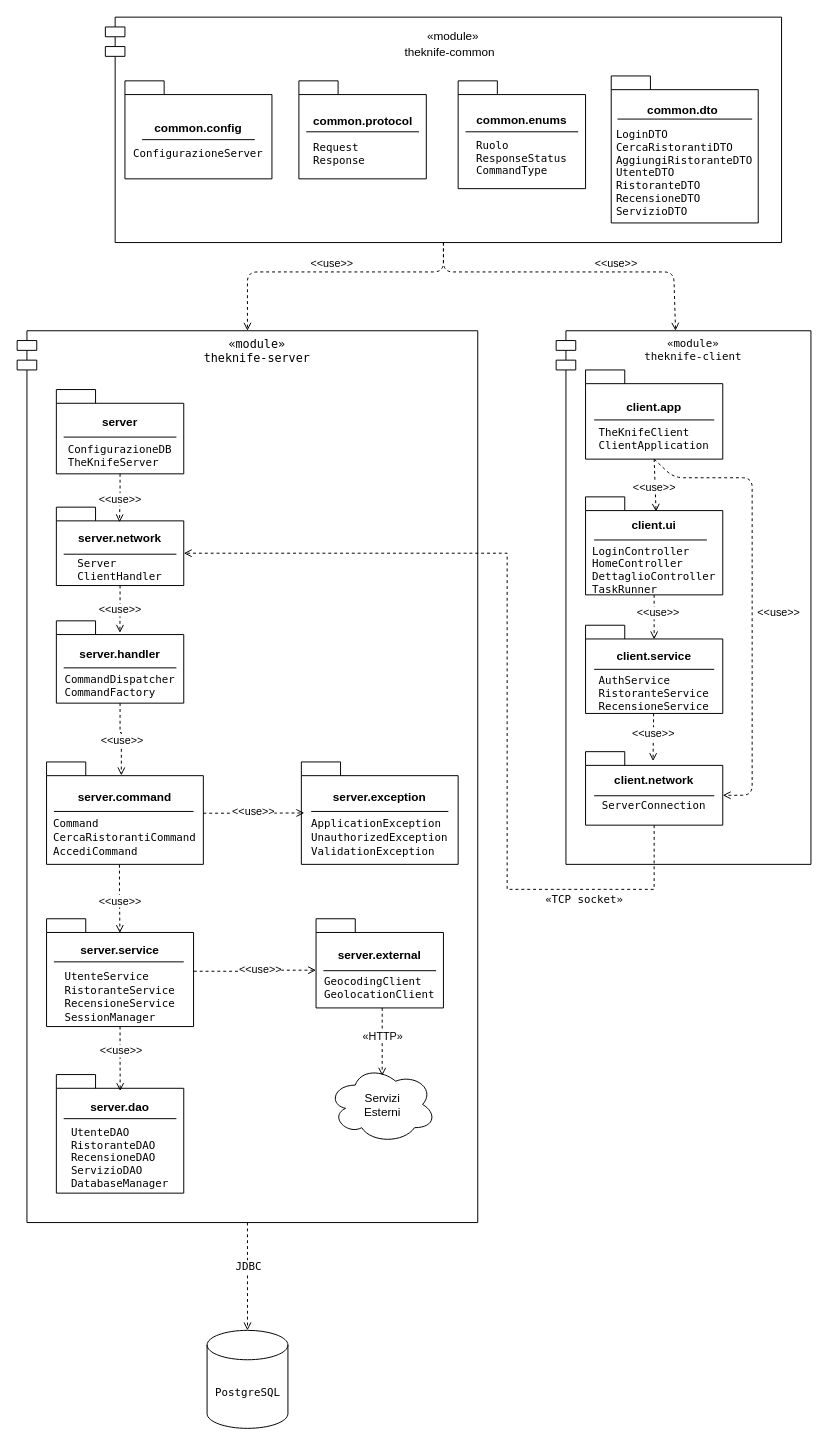
Earlier version of the draw.io diagram Progettazione/1_Doc. Conclusi/Diagrammi/PackageDiagram.drawio (FloshDev/TheKnife-B). Source tidied: cells renumbered, new cells numbered last; positions are measured from the earlier drawing's top-left corner, leaving out a move shared by most shapes. Both pictures are drawn from the tidied source at 98%, with x=0, y=0 at pixel (17, 17).
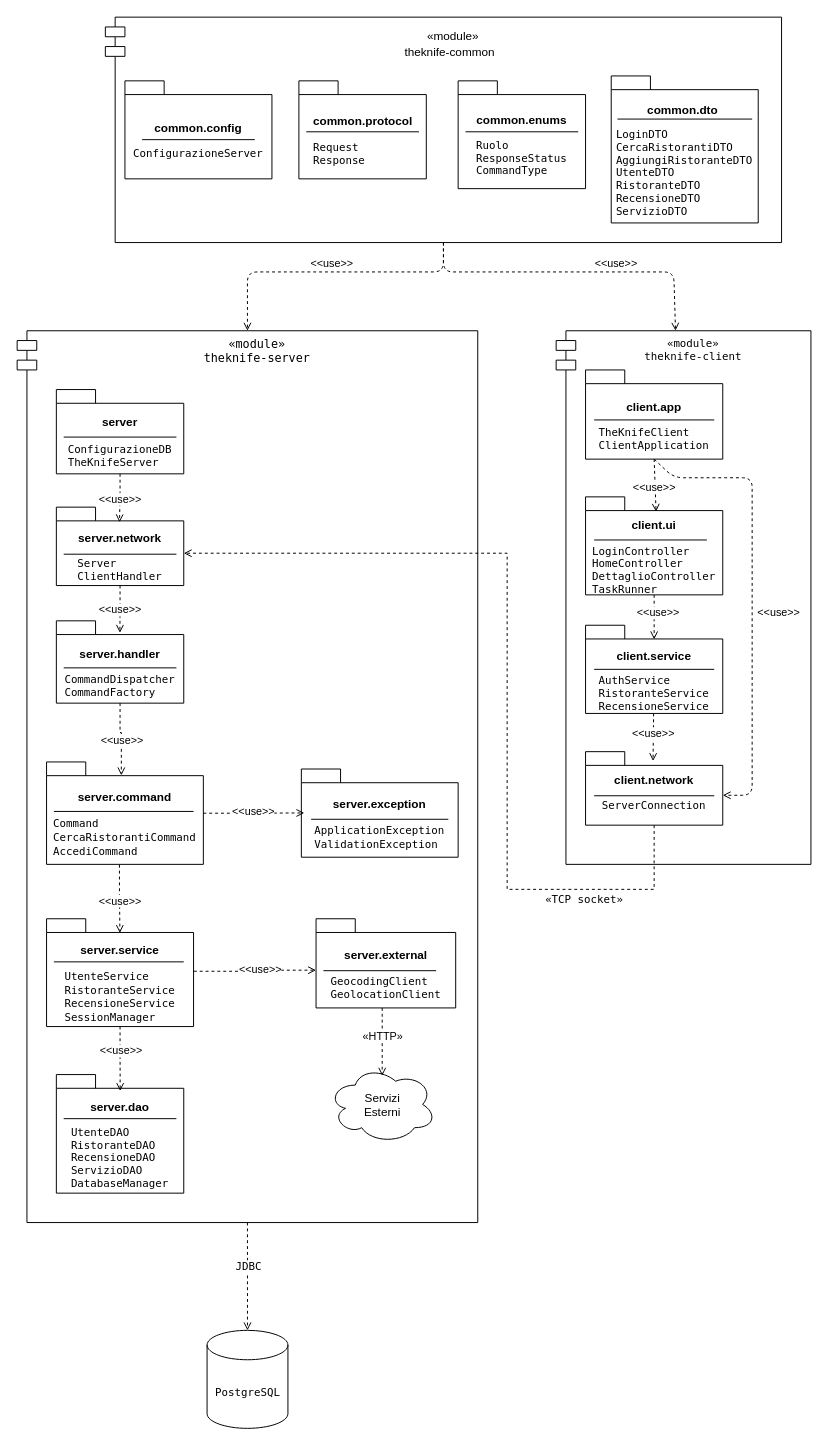
Above is the later version.

Commit message:
Allineamento PackageDiagram

What changed in the source:
```diff
@@
-    <mxCell id="39" value="&lt;p&gt;server.exception&lt;/p&gt;&lt;p class=&quot;p1&quot; style=&quot;margin: 0px; font-variant-numeric: normal; font-variant-east-asian: normal; font-variant-alternates: normal; font-size-adjust: none; font-language-override: normal; font-kerning: auto; font-optical-sizing: auto; font-feature-settings: normal; font-variation-settings: normal; font-variant-position: normal; font-variant-emoji: normal; font-stretch: normal; line-height: normal; text-align: start;&quot;&gt;&lt;font face=&quot;Menlo&quot;&gt;&lt;span style=&quot;font-size: 11px; font-variant-ligatures: no-common-ligatures; font-weight: 400;&quot;&gt;ApplicationException&lt;/span&gt;&lt;/font&gt;&lt;/p&gt;&lt;p class=&quot;p1&quot; style=&quot;margin: 0px; font-variant-numeric: normal; font-variant-east-asian: normal; font-variant-alternates: normal; font-size-adjust: none; font-language-override: normal; font-kerning: auto; font-optical-sizing: auto; font-feature-settings: normal; font-variation-settings: normal; font-variant-position: normal; font-variant-emoji: normal; font-stretch: normal; line-height: normal; text-align: start;&quot;&gt;&lt;font face=&quot;Menlo&quot;&gt;&lt;span style=&quot;font-size: 11px; font-variant-ligatures: no-common-ligatures; font-weight: 400;&quot;&gt;UnauthorizedException&lt;/span&gt;&lt;/font&gt;&lt;/p&gt;&lt;p class=&quot;p1&quot; style=&quot;margin: 0px; font-variant-numeric: normal; font-variant-east-asian: normal; font-variant-alternates: normal; font-size-adjust: none; font-language-override: normal; font-kerning: auto; font-optical-sizing: auto; font-feature-settings: normal; font-variation-settings: normal; font-variant-position: normal; font-variant-emoji: normal; font-stretch: normal; line-height: normal; text-align: start;&quot;&gt;&lt;font face=&quot;Menlo&quot;&gt;&lt;span style=&quot;font-size: 11px; font-variant-ligatures: no-common-ligatures; font-weight: 400;&quot;&gt;ValidationException&lt;/span&gt;&lt;/font&gt;&lt;/p&gt;" style="shape=folder;fontStyle=1;spacingTop=10;tabWidth=40;tabHeight=14;tabPosition=left;html=1;whiteSpace=wrap;" parent="1" vertex="1">
-      <mxGeometry x="290" y="760" width="160" height="104.5" as="geometry" />
+    <mxCell id="39" value="&lt;p&gt;server.exception&lt;/p&gt;&lt;p class=&quot;p1&quot; style=&quot;margin: 0px; font-variant-numeric: normal; font-variant-east-asian: normal; font-variant-alternates: normal; font-size-adjust: none; font-language-override: normal; font-kerning: auto; font-optical-sizing: auto; font-feature-settings: normal; font-variation-settings: normal; font-variant-position: normal; font-variant-emoji: normal; font-stretch: normal; line-height: normal; text-align: start;&quot;&gt;&lt;font face=&quot;Menlo&quot;&gt;&lt;span style=&quot;font-size: 11px; font-variant-ligatures: no-common-ligatures; font-weight: 400;&quot;&gt;ApplicationException&lt;/span&gt;&lt;/font&gt;&lt;/p&gt;&lt;p class=&quot;p1&quot; style=&quot;margin: 0px; font-variant-numeric: normal; font-variant-east-asian: normal; font-variant-alternates: normal; font-size-adjust: none; font-language-override: normal; font-kerning: auto; font-optical-sizing: auto; font-feature-settings: normal; font-variation-settings: normal; font-variant-position: normal; font-variant-emoji: normal; font-stretch: normal; line-height: normal; text-align: start;&quot;&gt;&lt;font face=&quot;Menlo&quot;&gt;&lt;span style=&quot;font-size: 11px; font-variant-ligatures: no-common-ligatures; font-weight: 400;&quot;&gt;ValidationException&lt;/span&gt;&lt;/font&gt;&lt;/p&gt;" style="shape=folder;fontStyle=1;spacingTop=10;tabWidth=40;tabHeight=14;tabPosition=left;html=1;whiteSpace=wrap;" parent="1" vertex="1">
+      <mxGeometry x="290" y="767.2" width="160" height="90" as="geometry" />
     </mxCell>
@@
     <mxCell id="42" style="line;strokeWidth=1;fillColor=none;align=left;verticalAlign=middle;spacingTop=-1;spacingLeft=3;spacingRight=3;labelPosition=right;strokeColor=inherit;" parent="1" vertex="1">
-      <mxGeometry x="300" y="806.5" width="140" height="8" as="geometry" />
+      <mxGeometry x="300" y="814.5" width="140" height="8" as="geometry" />
     </mxCell>
@@
     <mxCell id="58" value="&lt;p&gt;server.external&lt;/p&gt;&lt;p class=&quot;p1&quot; style=&quot;margin: 0px; font: 400 11px Menlo; text-align: start;&quot;&gt;&lt;span class=&quot;s1&quot; style=&quot;font-variant-ligatures: no-common-ligatures;&quot;&gt;GeocodingClient&lt;/span&gt;&lt;/p&gt;&lt;p class=&quot;p1&quot; style=&quot;margin: 0px; font: 400 11px Menlo; text-align: start;&quot;&gt;&lt;span class=&quot;s1&quot; style=&quot;font-variant-ligatures: no-common-ligatures;&quot;&gt;GeolocationClient&lt;/span&gt;&lt;/p&gt;" style="shape=folder;fontStyle=1;spacingTop=10;tabWidth=40;tabHeight=14;tabPosition=left;html=1;whiteSpace=wrap;" parent="1" vertex="1">
-      <mxGeometry x="305" y="920" width="130" height="91" as="geometry" />
+      <mxGeometry x="305" y="920" width="142.5" height="91" as="geometry" />
     </mxCell>
```
